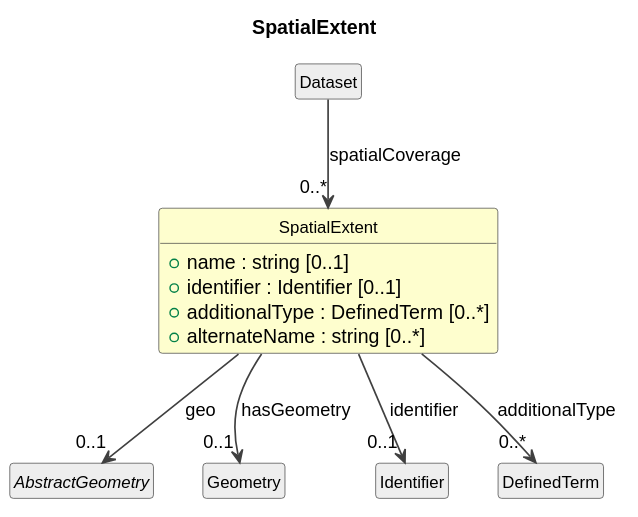
Above: cdif-uml-model/_plantuml/cdifDiscovery/Classes/SpatialExtent.svg in Cross-Domain-Interoperability-Framework/metadataBuildingBlocks (PlantUML), before the change.
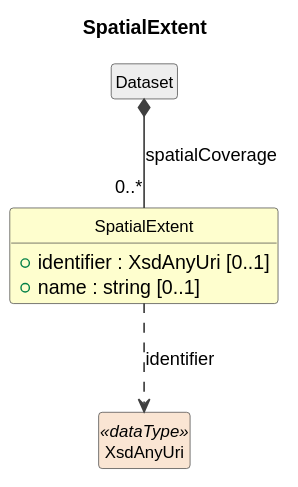
Later version of the same file.

Diff of the diagram source:
```diff
@@ -11,19 +11,11 @@
 }
 
 class "SpatialExtent" as SpatialExtent #FEFECE {
+  +identifier : XsdAnyUri [0..1]
   +name : string [0..1]
-  +identifier : Identifier [0..1]
-  +additionalType : DefinedTerm [0..*]
-  +alternateName : string [0..*]
 }
 class "Dataset" as Dataset #EEEEEE
-Dataset --> "0..*" SpatialExtent : spatialCoverage
-abstract class "AbstractGeometry" as AbstractGeometry #EEEEEE
-SpatialExtent --> "0..1" AbstractGeometry : geo
-class "Geometry" as Geometry #EEEEEE
-SpatialExtent --> "0..1" Geometry : hasGeometry
-class "Identifier" as Identifier #EEEEEE
-SpatialExtent --> "0..1" Identifier : identifier
-class "DefinedTerm" as DefinedTerm #EEEEEE
-SpatialExtent --> "0..*" DefinedTerm : additionalType
+Dataset *-- "0..*" SpatialExtent : spatialCoverage
+class "XsdAnyUri" as XsdAnyUri <<dataType>> #FAE5D3
+SpatialExtent ..> XsdAnyUri : identifier
 @enduml
```
